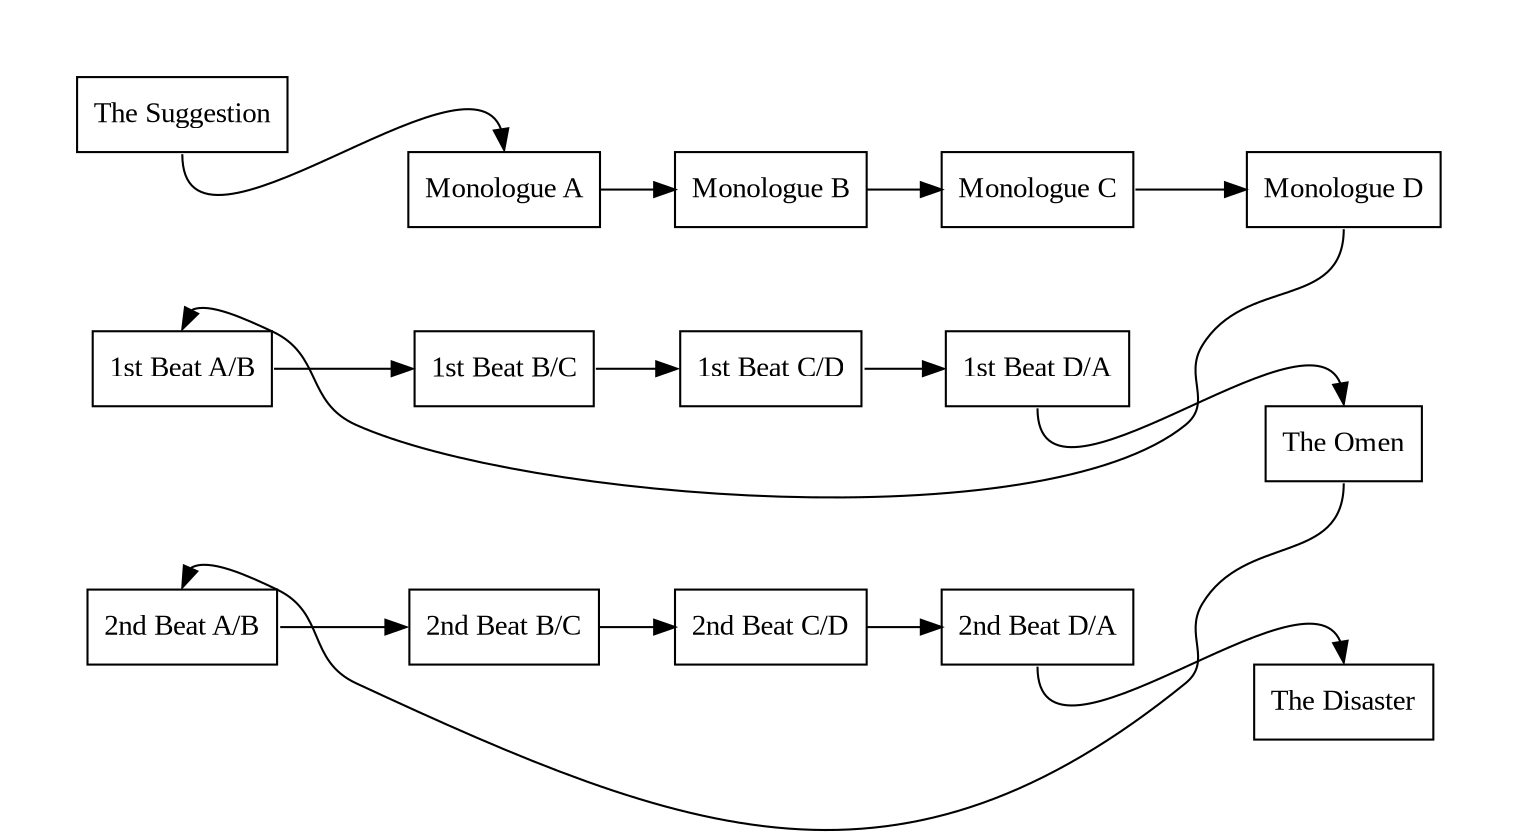
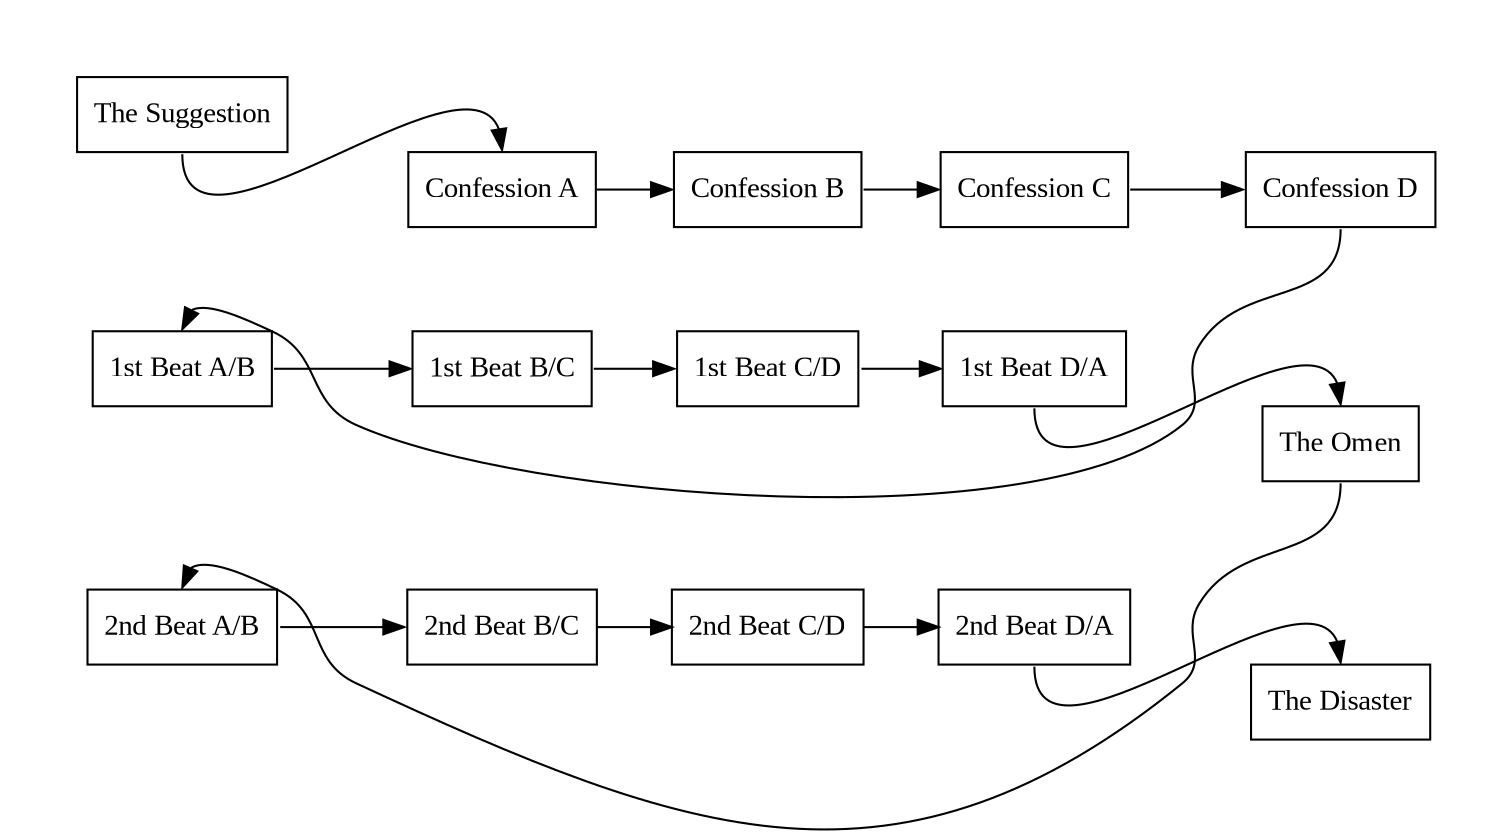
digraph strawberry_disaster {
  node [fontname = "Tinos";];

  clusterrank = local;
  compound = true;
  layout = "dot";
  margin = 0;
  rank = "same";
  rankdir = "LR";

  subgraph {
    cluster = true;
    margin = 25;
    style = invis;

    sg [label = "The Suggestion";shape = rect;id = "sg";];
  }

-   sg:s -> m1:n;
+   sg:s -> c1:n;

  subgraph {
    cluster = true;
    margin = 25;
    style = invis;

-     m1 [label = "Monologue A";shape = rect;id = "m1";];
-     m2 [label = "Monologue B";shape = rect;id = "m2";];
-     m3 [label = "Monologue C";shape = rect;id = "m3";];
-     m4 [label = "Monologue D";shape = rect;id = "m4";];
+     c1 [label = "Confession A";shape = rect;id = "c1";];
+     c2 [label = "Confession B";shape = rect;id = "c2";];
+     c3 [label = "Confession C";shape = rect;id = "c3";];
+     c4 [label = "Confession D";shape = rect;id = "c4";];
  }

-   m1:e -> m2:w;
-   m2:e -> m3:w;
-   m3:e -> m4:w;
+   c1:e -> c2:w;
+   c2:e -> c3:w;
+   c3:e -> c4:w;

  subgraph {
    cluster = true;
    margin = 25;
    style = invis;

    fb1 [label = "1st Beat A/B";shape = rect;id = "fb1";];
    fb2 [label = "1st Beat B/C";shape = rect;id = "fb2";];
    fb3 [label = "1st Beat C/D";shape = rect;id = "fb3";];
    fb4 [label = "1st Beat D/A";shape = rect;id = "fb4";];
  }

-   m4:s -> fb1:n [constraint = false;];
+   c4:s -> fb1:n [constraint = false;];

  fb1:e -> fb2:w;
  fb2:e -> fb3:w;
  fb3:e -> fb4:w;

  subgraph {
    cluster = true;
    margin = 25;
    style = invis;

    tt [label = "The Omen";shape = rect;id = "tt";];
  }

  fb4:s -> tt:n;

  subgraph {
    cluster = true;
    margin = 25;
    style = invis;

    sb1 [label = "2nd Beat A/B";shape = rect;id = "sb1";];
    sb2 [label = "2nd Beat B/C";shape = rect;id = "sb1";];
    sb3 [label = "2nd Beat C/D";shape = rect;id = "sb1";];
    sb4 [label = "2nd Beat D/A";shape = rect;id = "sb1";];
  }

  tt:s -> sb1:n [constraint = false;];

  sb1:e -> sb2:w;
  sb2:e -> sb3:w;
  sb3:e -> sb4:w;

  subgraph {
    cluster = true;
    margin = 25;
    style = invis;

    td [label = "The Disaster";shape = rect;id = "td";];
  }

  sb4:s -> td:n;
}